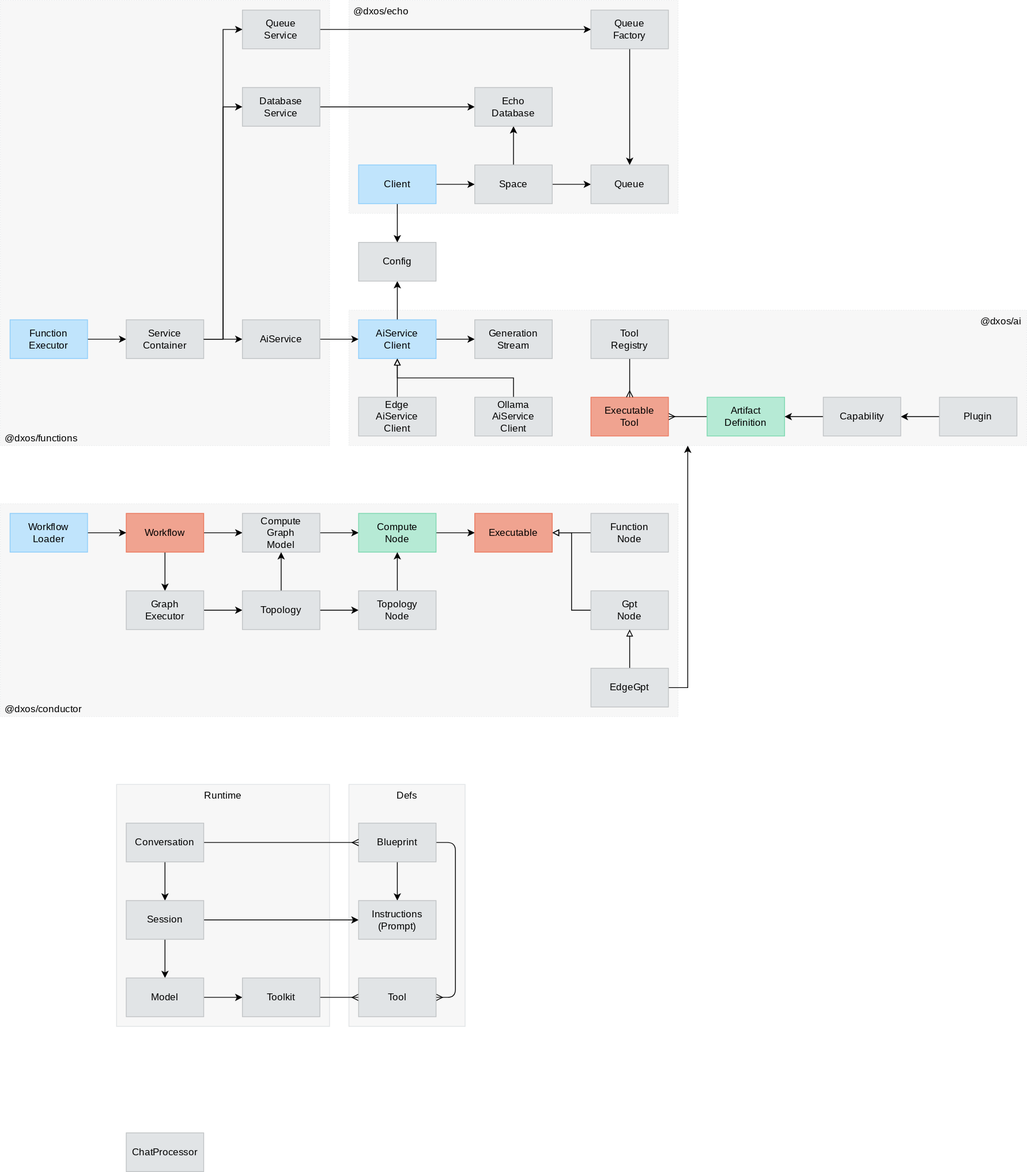
This is packages/core/ai/docs/ai.drawio.svg from dxos/dxos, a draw.io export, as it was before one commit. Source tidied: cells renumbered, new cells last; positions are measured from the earlier drawing's top-left corner, leaving out a move shared by most shapes.
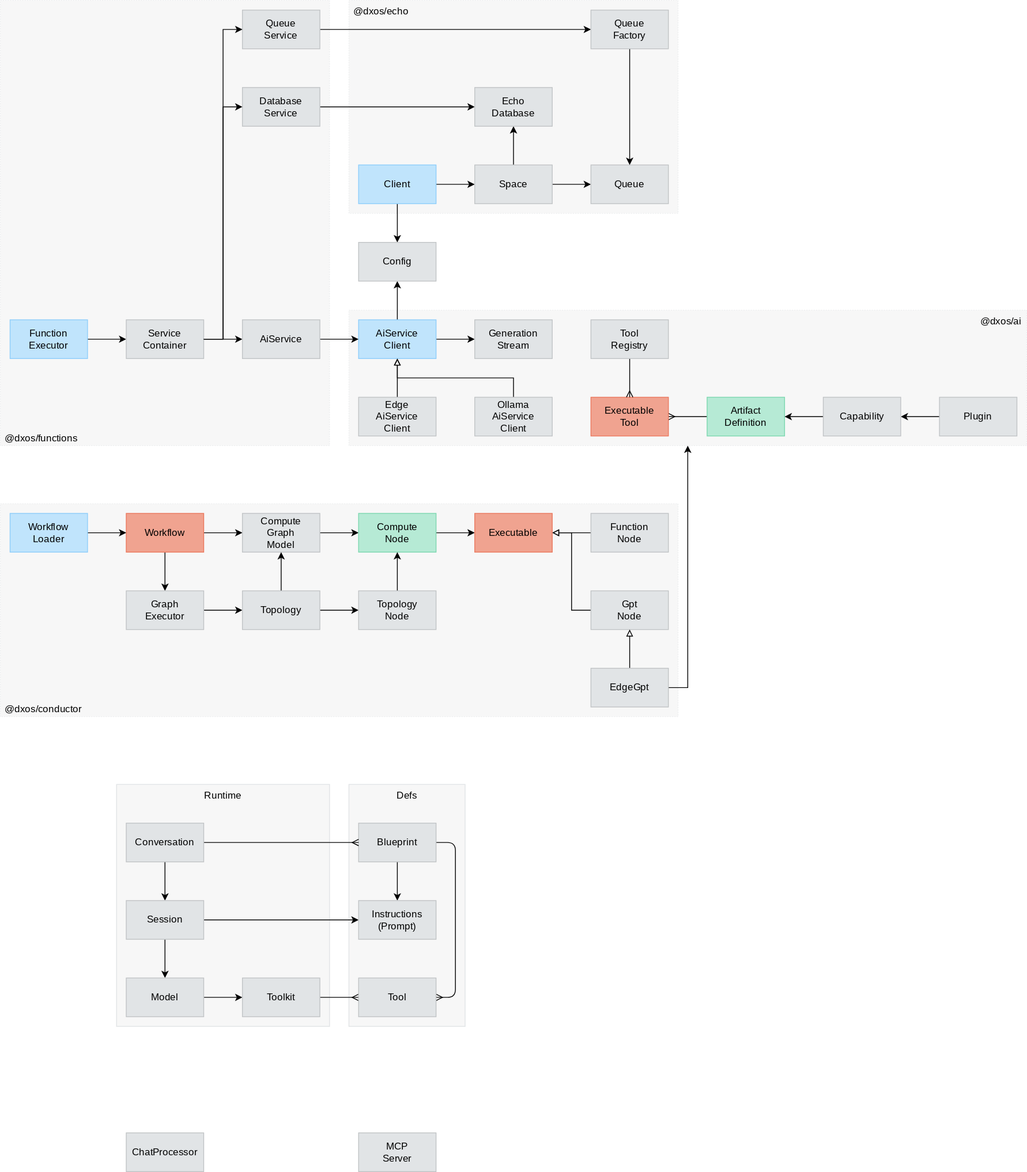
After the change.

What changed in the source:
```diff
@@ -290,5 +290,8 @@
     <mxCell id="87" value="ChatProcessor" style="rounded=0;whiteSpace=wrap;html=1;fontFamily=Space Grotesk;fontSource=https%3A%2F%2Ffonts.googleapis.com%2Fcss%3Ffamily%3DSpace%2BGrotesk;fillColor=#E1E4E6;fontColor=#000000;strokeColor=#C0C3C5;" parent="1" vertex="1">
       <mxGeometry x="156" y="1404" width="96" height="48" as="geometry" />
     </mxCell>
+    <mxCell id="88" value="MCP&lt;br&gt;Server" style="rounded=0;whiteSpace=wrap;html=1;fontFamily=Space Grotesk;fontSource=https%3A%2F%2Ffonts.googleapis.com%2Fcss%3Ffamily%3DSpace%2BGrotesk;fillColor=#E1E4E6;fontColor=#000000;strokeColor=#C0C3C5;" parent="1" vertex="1">
+      <mxGeometry x="444" y="1404" width="96" height="48" as="geometry" />
+    </mxCell>
   </root>
 </mxGraphModel>
```
